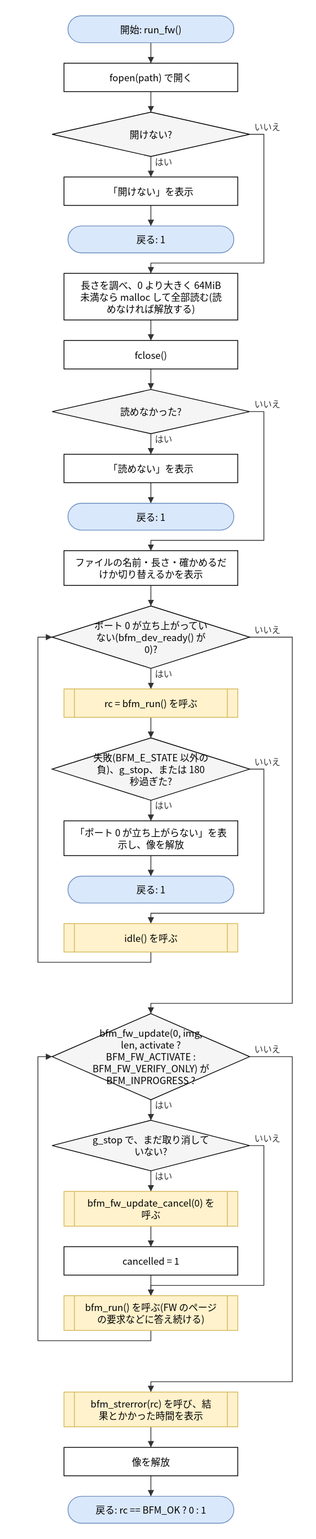
This is doc/spec/images/flow_test_bfm_test-run_fw.drawio.svg from hf355051012-ai/bfmem, a draw.io export, as it was before one commit. Source tidied: cells renumbered, new cells last; positions are measured from the earlier drawing's top-left corner, leaving out a move shared by most shapes.
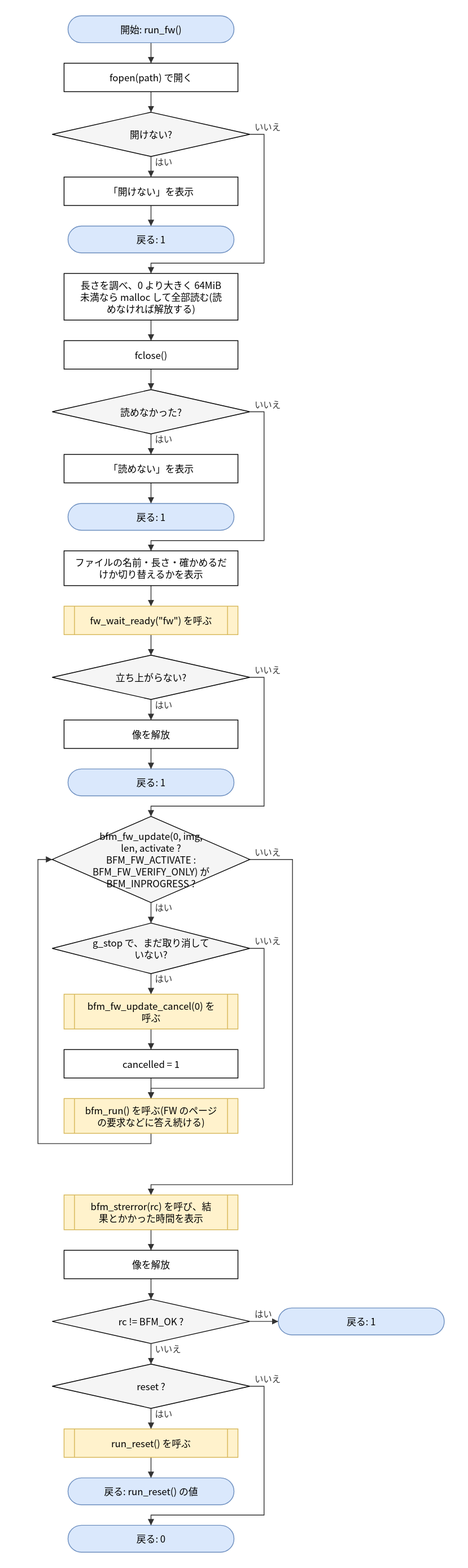
After the commit.

The edit, as a diff of the source:
```diff
@@ -35,48 +35,57 @@
     <mxCell id="12" value="ファイルの名前・長さ・確かめるだ&lt;br&gt;けか切り替えるかを表示" style="rounded=0;whiteSpace=wrap;html=1;" parent="1" vertex="1">
       <mxGeometry x="33" y="677" width="220" height="44" as="geometry" />
     </mxCell>
-    <mxCell id="13" value="ポート 0 が立ち上がってい&lt;br&gt;ない(bfm_dev_ready() が&lt;br&gt;0)?" style="rhombus;whiteSpace=wrap;html=1;fillColor=#f5f5f5;" parent="1" vertex="1">
-      <mxGeometry x="18" y="747" width="250" height="79" as="geometry" />
+    <mxCell id="13" value="fw_wait_ready(&amp;quot;fw&amp;quot;) を呼ぶ" style="shape=process;whiteSpace=wrap;html=1;backgroundOutline=1;size=0.06;fillColor=#fff2cc;strokeColor=#d6b656;" parent="1" vertex="1">
+      <mxGeometry x="33" y="747" width="220" height="36" as="geometry" />
     </mxCell>
-    <mxCell id="14" value="rc = bfm_run() を呼ぶ" style="shape=process;whiteSpace=wrap;html=1;backgroundOutline=1;size=0.06;fillColor=#fff2cc;strokeColor=#d6b656;" parent="1" vertex="1">
-      <mxGeometry x="33" y="852" width="220" height="36" as="geometry" />
+    <mxCell id="14" value="立ち上がらない?" style="rhombus;whiteSpace=wrap;html=1;fillColor=#f5f5f5;" parent="1" vertex="1">
+      <mxGeometry x="18" y="809" width="250" height="56" as="geometry" />
     </mxCell>
-    <mxCell id="15" value="失敗(BFM_E_STATE 以外の&lt;br&gt;負)、g_stop、または 180&lt;br&gt;秒過ぎた?" style="rhombus;whiteSpace=wrap;html=1;fillColor=#f5f5f5;" parent="1" vertex="1">
-      <mxGeometry x="18" y="914" width="250" height="79" as="geometry" />
+    <mxCell id="15" value="像を解放" style="rounded=0;whiteSpace=wrap;html=1;" parent="1" vertex="1">
+      <mxGeometry x="33" y="891" width="220" height="36" as="geometry" />
     </mxCell>
-    <mxCell id="16" value="「ポート 0 が立ち上がらない」を表&lt;br&gt;示し、像を解放" style="rounded=0;whiteSpace=wrap;html=1;" parent="1" vertex="1">
-      <mxGeometry x="33" y="1019" width="220" height="44" as="geometry" />
+    <mxCell id="16" value="戻る: 1" style="rounded=1;arcSize=50;whiteSpace=wrap;html=1;fillColor=#dae8fc;strokeColor=#6c8ebf;" parent="1" vertex="1">
+      <mxGeometry x="38" y="953" width="210" height="34" as="geometry" />
     </mxCell>
-    <mxCell id="17" value="戻る: 1" style="rounded=1;arcSize=50;whiteSpace=wrap;html=1;fillColor=#dae8fc;strokeColor=#6c8ebf;" parent="1" vertex="1">
-      <mxGeometry x="38" y="1089" width="210" height="34" as="geometry" />
+    <mxCell id="17" value="bfm_fw_update(0, img,&lt;br&gt;len, activate ?&lt;br&gt;BFM_FW_ACTIVATE :&lt;br&gt;BFM_FW_VERIFY_ONLY) が&lt;br&gt;BFM_INPROGRESS ?" style="rhombus;whiteSpace=wrap;html=1;fillColor=#f5f5f5;" parent="1" vertex="1">
+      <mxGeometry x="18" y="1013" width="250" height="109" as="geometry" />
     </mxCell>
-    <mxCell id="18" value="idle() を呼ぶ" style="shape=process;whiteSpace=wrap;html=1;backgroundOutline=1;size=0.06;fillColor=#fff2cc;strokeColor=#d6b656;" parent="1" vertex="1">
-      <mxGeometry x="33" y="1149" width="220" height="36" as="geometry" />
+    <mxCell id="18" value="g_stop で、まだ取り消して&lt;br&gt;いない?" style="rhombus;whiteSpace=wrap;html=1;fillColor=#f5f5f5;" parent="1" vertex="1">
+      <mxGeometry x="18" y="1148" width="250" height="64" as="geometry" />
     </mxCell>
-    <mxCell id="19" value="bfm_fw_update(0, img,&lt;br&gt;len, activate ?&lt;br&gt;BFM_FW_ACTIVATE :&lt;br&gt;BFM_FW_VERIFY_ONLY) が&lt;br&gt;BFM_INPROGRESS ?" style="rhombus;whiteSpace=wrap;html=1;fillColor=#f5f5f5;" parent="1" vertex="1">
-      <mxGeometry x="18" y="1263" width="250" height="109" as="geometry" />
+    <mxCell id="19" value="bfm_fw_update_cancel(0) を&lt;br&gt;呼ぶ" style="shape=process;whiteSpace=wrap;html=1;backgroundOutline=1;size=0.06;fillColor=#fff2cc;strokeColor=#d6b656;" parent="1" vertex="1">
+      <mxGeometry x="33" y="1238" width="220" height="44" as="geometry" />
     </mxCell>
-    <mxCell id="20" value="g_stop で、まだ取り消して&lt;br&gt;いない?" style="rhombus;whiteSpace=wrap;html=1;fillColor=#f5f5f5;" parent="1" vertex="1">
-      <mxGeometry x="18" y="1398" width="250" height="64" as="geometry" />
+    <mxCell id="20" value="cancelled = 1" style="rounded=0;whiteSpace=wrap;html=1;" parent="1" vertex="1">
+      <mxGeometry x="33" y="1308" width="220" height="36" as="geometry" />
     </mxCell>
-    <mxCell id="21" value="bfm_fw_update_cancel(0) を&lt;br&gt;呼ぶ" style="shape=process;whiteSpace=wrap;html=1;backgroundOutline=1;size=0.06;fillColor=#fff2cc;strokeColor=#d6b656;" parent="1" vertex="1">
-      <mxGeometry x="33" y="1488" width="220" height="44" as="geometry" />
+    <mxCell id="21" value="bfm_run() を呼ぶ(FW のページ&lt;br&gt;の要求などに答え続ける)" style="shape=process;whiteSpace=wrap;html=1;backgroundOutline=1;size=0.06;fillColor=#fff2cc;strokeColor=#d6b656;" parent="1" vertex="1">
+      <mxGeometry x="33" y="1370" width="220" height="44" as="geometry" />
     </mxCell>
-    <mxCell id="22" value="cancelled = 1" style="rounded=0;whiteSpace=wrap;html=1;" parent="1" vertex="1">
-      <mxGeometry x="33" y="1558" width="220" height="36" as="geometry" />
+    <mxCell id="22" value="bfm_strerror(rc) を呼び、結&lt;br&gt;果とかかった時間を表示" style="shape=process;whiteSpace=wrap;html=1;backgroundOutline=1;size=0.06;fillColor=#fff2cc;strokeColor=#d6b656;" parent="1" vertex="1">
+      <mxGeometry x="33" y="1492" width="220" height="44" as="geometry" />
     </mxCell>
-    <mxCell id="23" value="bfm_run() を呼ぶ(FW のページ&lt;br&gt;の要求などに答え続ける)" style="shape=process;whiteSpace=wrap;html=1;backgroundOutline=1;size=0.06;fillColor=#fff2cc;strokeColor=#d6b656;" parent="1" vertex="1">
-      <mxGeometry x="33" y="1620" width="220" height="44" as="geometry" />
+    <mxCell id="23" value="像を解放" style="rounded=0;whiteSpace=wrap;html=1;" parent="1" vertex="1">
+      <mxGeometry x="33" y="1562" width="220" height="36" as="geometry" />
     </mxCell>
-    <mxCell id="24" value="bfm_strerror(rc) を呼び、結&lt;br&gt;果とかかった時間を表示" style="shape=process;whiteSpace=wrap;html=1;backgroundOutline=1;size=0.06;fillColor=#fff2cc;strokeColor=#d6b656;" parent="1" vertex="1">
-      <mxGeometry x="33" y="1742" width="220" height="44" as="geometry" />
+    <mxCell id="24" value="rc != BFM_OK ?" style="rhombus;whiteSpace=wrap;html=1;fillColor=#f5f5f5;" parent="1" vertex="1">
+      <mxGeometry x="18" y="1624" width="250" height="56" as="geometry" />
     </mxCell>
-    <mxCell id="25" value="像を解放" style="rounded=0;whiteSpace=wrap;html=1;" parent="1" vertex="1">
-      <mxGeometry x="33" y="1812" width="220" height="36" as="geometry" />
+    <mxCell id="25" value="戻る: 1" style="rounded=1;arcSize=50;whiteSpace=wrap;html=1;fillColor=#dae8fc;strokeColor=#6c8ebf;" parent="1" vertex="1">
+      <mxGeometry x="304" y="1635" width="210" height="34" as="geometry" />
     </mxCell>
-    <mxCell id="26" value="戻る: rc == BFM_OK ? 0 : 1" style="rounded=1;arcSize=50;whiteSpace=wrap;html=1;fillColor=#dae8fc;strokeColor=#6c8ebf;" parent="1" vertex="1">
-      <mxGeometry x="38" y="1874" width="210" height="34" as="geometry" />
+    <mxCell id="26" value="reset ?" style="rhombus;whiteSpace=wrap;html=1;fillColor=#f5f5f5;" parent="1" vertex="1">
+      <mxGeometry x="18" y="1706" width="250" height="56" as="geometry" />
     </mxCell>
+    <mxCell id="54" value="run_reset() を呼ぶ" style="shape=process;whiteSpace=wrap;html=1;backgroundOutline=1;size=0.06;fillColor=#fff2cc;strokeColor=#d6b656;" parent="1" vertex="1">
+      <mxGeometry x="33" y="1788" width="220" height="36" as="geometry" />
+    </mxCell>
+    <mxCell id="55" value="戻る: run_reset() の値" style="rounded=1;arcSize=50;whiteSpace=wrap;html=1;fillColor=#dae8fc;strokeColor=#6c8ebf;" parent="1" vertex="1">
+      <mxGeometry x="38" y="1850" width="210" height="34" as="geometry" />
+    </mxCell>
+    <mxCell id="56" value="戻る: 0" style="rounded=1;arcSize=50;whiteSpace=wrap;html=1;fillColor=#dae8fc;strokeColor=#6c8ebf;" parent="1" vertex="1">
+      <mxGeometry x="38" y="1910" width="210" height="34" as="geometry" />
+    </mxCell>
     <mxCell id="27" style="edgeStyle=none;html=1;rounded=0;endArrow=block;endFill=1;exitX=0.5000;exitY=1.0000;exitDx=0;exitDy=0;exitPerimeter=0;entryX=0.5000;entryY=0.0000;entryDx=0;entryDy=0;entryPerimeter=0;" parent="1" edge="1" source="2" target="3">
       <mxGeometry relative="1" as="geometry" />
     </mxCell>
@@ -122,89 +131,89 @@
     <mxCell id="37" style="edgeStyle=none;html=1;rounded=0;endArrow=block;endFill=1;exitX=0.5000;exitY=1.0000;exitDx=0;exitDy=0;exitPerimeter=0;entryX=0.5000;entryY=0.0000;entryDx=0;entryDy=0;entryPerimeter=0;" parent="1" edge="1" source="12" target="13">
       <mxGeometry relative="1" as="geometry" />
     </mxCell>
-    <mxCell id="38" value="はい" style="edgeStyle=none;html=1;rounded=0;endArrow=block;endFill=1;exitX=0.5000;exitY=1.0000;exitDx=0;exitDy=0;exitPerimeter=0;entryX=0.5000;entryY=0.0000;entryDx=0;entryDy=0;entryPerimeter=0;" parent="1" edge="1" source="13" target="14">
+    <mxCell id="38" style="edgeStyle=none;html=1;rounded=0;endArrow=block;endFill=1;exitX=0.5000;exitY=1.0000;exitDx=0;exitDy=0;exitPerimeter=0;entryX=0.5000;entryY=0.0000;entryDx=0;entryDy=0;entryPerimeter=0;" parent="1" edge="1" source="13" target="14">
       <mxGeometry relative="1" as="geometry" />
     </mxCell>
-    <mxCell id="39" style="edgeStyle=none;html=1;rounded=0;endArrow=block;endFill=1;exitX=0.5000;exitY=1.0000;exitDx=0;exitDy=0;exitPerimeter=0;entryX=0.5000;entryY=0.0000;entryDx=0;entryDy=0;entryPerimeter=0;" parent="1" edge="1" source="14" target="15">
+    <mxCell id="39" value="はい" style="edgeStyle=none;html=1;rounded=0;endArrow=block;endFill=1;exitX=0.5000;exitY=1.0000;exitDx=0;exitDy=0;exitPerimeter=0;entryX=0.5000;entryY=0.0000;entryDx=0;entryDy=0;entryPerimeter=0;" parent="1" edge="1" source="14" target="15">
       <mxGeometry relative="1" as="geometry" />
     </mxCell>
-    <mxCell id="40" value="はい" style="edgeStyle=none;html=1;rounded=0;endArrow=block;endFill=1;exitX=0.5000;exitY=1.0000;exitDx=0;exitDy=0;exitPerimeter=0;entryX=0.5000;entryY=0.0000;entryDx=0;entryDy=0;entryPerimeter=0;" parent="1" edge="1" source="15" target="16">
+    <mxCell id="40" style="edgeStyle=none;html=1;rounded=0;endArrow=block;endFill=1;exitX=0.5000;exitY=1.0000;exitDx=0;exitDy=0;exitPerimeter=0;entryX=0.5000;entryY=0.0000;entryDx=0;entryDy=0;entryPerimeter=0;" parent="1" edge="1" source="15" target="16">
       <mxGeometry relative="1" as="geometry" />
     </mxCell>
-    <mxCell id="41" style="edgeStyle=none;html=1;rounded=0;endArrow=block;endFill=1;exitX=0.5000;exitY=1.0000;exitDx=0;exitDy=0;exitPerimeter=0;entryX=0.5000;entryY=0.0000;entryDx=0;entryDy=0;entryPerimeter=0;" parent="1" edge="1" source="16" target="17">
-      <mxGeometry relative="1" as="geometry" />
+    <mxCell id="41" value="いいえ" style="edgeStyle=none;html=1;rounded=0;endArrow=block;endFill=1;exitX=1.0000;exitY=0.5000;exitDx=0;exitDy=0;exitPerimeter=0;entryX=0.5000;entryY=0.0000;entryDx=0;entryDy=0;entryPerimeter=0;" parent="1" edge="1" source="14" target="17">
+      <mxGeometry relative="1" as="geometry">
+        <Array as="points">
+          <mxPoint x="286" y="837" />
+          <mxPoint x="286" y="1000" />
+          <mxPoint x="143" y="1000" />
+        </Array>
+      </mxGeometry>
     </mxCell>
-    <mxCell id="42" value="いいえ" style="edgeStyle=none;html=1;rounded=0;endArrow=block;endFill=1;exitX=1.0000;exitY=0.5000;exitDx=0;exitDy=0;exitPerimeter=0;entryX=0.5000;entryY=0.0000;entryDx=0;entryDy=0;entryPerimeter=0;" parent="1" edge="1" source="15" target="18">
-      <mxGeometry relative="1" as="geometry">
-        <Array as="points">
-          <mxPoint x="286" y="953.5" />
-          <mxPoint x="286" y="1136" />
-          <mxPoint x="143" y="1136" />
-        </Array>
-      </mxGeometry>
+    <mxCell id="42" value="はい" style="edgeStyle=none;html=1;rounded=0;endArrow=block;endFill=1;exitX=0.5000;exitY=1.0000;exitDx=0;exitDy=0;exitPerimeter=0;entryX=0.5000;entryY=0.0000;entryDx=0;entryDy=0;entryPerimeter=0;" parent="1" edge="1" source="17" target="18">
+      <mxGeometry relative="1" as="geometry" />
     </mxCell>
-    <mxCell id="43" style="edgeStyle=none;html=1;rounded=0;endArrow=block;endFill=1;exitX=0.5000;exitY=1.0000;exitDx=0;exitDy=0;exitPerimeter=0;entryX=0.0000;entryY=0.5000;entryDx=0;entryDy=0;entryPerimeter=0;" parent="1" edge="1" source="18" target="13">
-      <mxGeometry relative="1" as="geometry">
-        <Array as="points">
-          <mxPoint x="143" y="1198" />
-          <mxPoint y="1198" />
-          <mxPoint y="786.5" />
-        </Array>
-      </mxGeometry>
+    <mxCell id="43" value="はい" style="edgeStyle=none;html=1;rounded=0;endArrow=block;endFill=1;exitX=0.5000;exitY=1.0000;exitDx=0;exitDy=0;exitPerimeter=0;entryX=0.5000;entryY=0.0000;entryDx=0;entryDy=0;entryPerimeter=0;" parent="1" edge="1" source="18" target="19">
+      <mxGeometry relative="1" as="geometry" />
     </mxCell>
-    <mxCell id="44" value="いいえ" style="edgeStyle=none;html=1;rounded=0;endArrow=block;endFill=1;exitX=1.0000;exitY=0.5000;exitDx=0;exitDy=0;exitPerimeter=0;entryX=0.5000;entryY=0.0000;entryDx=0;entryDy=0;entryPerimeter=0;" parent="1" edge="1" source="13" target="19">
-      <mxGeometry relative="1" as="geometry">
-        <Array as="points">
-          <mxPoint x="322" y="786.5" />
-          <mxPoint x="322" y="1250" />
-          <mxPoint x="143" y="1250" />
-        </Array>
-      </mxGeometry>
+    <mxCell id="44" style="edgeStyle=none;html=1;rounded=0;endArrow=block;endFill=1;exitX=0.5000;exitY=1.0000;exitDx=0;exitDy=0;exitPerimeter=0;entryX=0.5000;entryY=0.0000;entryDx=0;entryDy=0;entryPerimeter=0;" parent="1" edge="1" source="19" target="20">
+      <mxGeometry relative="1" as="geometry" />
     </mxCell>
-    <mxCell id="45" value="はい" style="edgeStyle=none;html=1;rounded=0;endArrow=block;endFill=1;exitX=0.5000;exitY=1.0000;exitDx=0;exitDy=0;exitPerimeter=0;entryX=0.5000;entryY=0.0000;entryDx=0;entryDy=0;entryPerimeter=0;" parent="1" edge="1" source="19" target="20">
+    <mxCell id="45" style="edgeStyle=none;html=1;rounded=0;endArrow=block;endFill=1;exitX=0.5000;exitY=1.0000;exitDx=0;exitDy=0;exitPerimeter=0;entryX=0.5000;entryY=0.0000;entryDx=0;entryDy=0;entryPerimeter=0;" parent="1" edge="1" source="20" target="21">
       <mxGeometry relative="1" as="geometry" />
     </mxCell>
-    <mxCell id="46" value="はい" style="edgeStyle=none;html=1;rounded=0;endArrow=block;endFill=1;exitX=0.5000;exitY=1.0000;exitDx=0;exitDy=0;exitPerimeter=0;entryX=0.5000;entryY=0.0000;entryDx=0;entryDy=0;entryPerimeter=0;" parent="1" edge="1" source="20" target="21">
-      <mxGeometry relative="1" as="geometry" />
+    <mxCell id="46" value="いいえ" style="edgeStyle=none;html=1;rounded=0;endArrow=block;endFill=1;exitX=1.0000;exitY=0.5000;exitDx=0;exitDy=0;exitPerimeter=0;entryX=0.5000;entryY=0.0000;entryDx=0;entryDy=0;entryPerimeter=0;" parent="1" edge="1" source="18" target="21">
+      <mxGeometry relative="1" as="geometry">
+        <Array as="points">
+          <mxPoint x="286" y="1180" />
+          <mxPoint x="286" y="1357" />
+          <mxPoint x="143" y="1357" />
+        </Array>
+      </mxGeometry>
     </mxCell>
-    <mxCell id="47" style="edgeStyle=none;html=1;rounded=0;endArrow=block;endFill=1;exitX=0.5000;exitY=1.0000;exitDx=0;exitDy=0;exitPerimeter=0;entryX=0.5000;entryY=0.0000;entryDx=0;entryDy=0;entryPerimeter=0;" parent="1" edge="1" source="21" target="22">
-      <mxGeometry relative="1" as="geometry" />
+    <mxCell id="47" style="edgeStyle=none;html=1;rounded=0;endArrow=block;endFill=1;exitX=0.5000;exitY=1.0000;exitDx=0;exitDy=0;exitPerimeter=0;entryX=0.0000;entryY=0.5000;entryDx=0;entryDy=0;entryPerimeter=0;" parent="1" edge="1" source="21" target="17">
+      <mxGeometry relative="1" as="geometry">
+        <Array as="points">
+          <mxPoint x="143" y="1427" />
+          <mxPoint y="1427" />
+          <mxPoint y="1067.5" />
+        </Array>
+      </mxGeometry>
     </mxCell>
-    <mxCell id="48" style="edgeStyle=none;html=1;rounded=0;endArrow=block;endFill=1;exitX=0.5000;exitY=1.0000;exitDx=0;exitDy=0;exitPerimeter=0;entryX=0.5000;entryY=0.0000;entryDx=0;entryDy=0;entryPerimeter=0;" parent="1" edge="1" source="22" target="23">
-      <mxGeometry relative="1" as="geometry" />
+    <mxCell id="48" value="いいえ" style="edgeStyle=none;html=1;rounded=0;endArrow=block;endFill=1;exitX=1.0000;exitY=0.5000;exitDx=0;exitDy=0;exitPerimeter=0;entryX=0.5000;entryY=0.0000;entryDx=0;entryDy=0;entryPerimeter=0;" parent="1" edge="1" source="17" target="22">
+      <mxGeometry relative="1" as="geometry">
+        <Array as="points">
+          <mxPoint x="322" y="1067.5" />
+          <mxPoint x="322" y="1479" />
+          <mxPoint x="143" y="1479" />
+        </Array>
+      </mxGeometry>
     </mxCell>
-    <mxCell id="49" value="いいえ" style="edgeStyle=none;html=1;rounded=0;endArrow=block;endFill=1;exitX=1.0000;exitY=0.5000;exitDx=0;exitDy=0;exitPerimeter=0;entryX=0.5000;entryY=0.0000;entryDx=0;entryDy=0;entryPerimeter=0;" parent="1" edge="1" source="20" target="23">
-      <mxGeometry relative="1" as="geometry">
-        <Array as="points">
-          <mxPoint x="286" y="1430" />
-          <mxPoint x="286" y="1607" />
-          <mxPoint x="143" y="1607" />
-        </Array>
-      </mxGeometry>
+    <mxCell id="49" style="edgeStyle=none;html=1;rounded=0;endArrow=block;endFill=1;exitX=0.5000;exitY=1.0000;exitDx=0;exitDy=0;exitPerimeter=0;entryX=0.5000;entryY=0.0000;entryDx=0;entryDy=0;entryPerimeter=0;" parent="1" edge="1" source="22" target="23">
+      <mxGeometry relative="1" as="geometry" />
     </mxCell>
-    <mxCell id="50" style="edgeStyle=none;html=1;rounded=0;endArrow=block;endFill=1;exitX=0.5000;exitY=1.0000;exitDx=0;exitDy=0;exitPerimeter=0;entryX=0.0000;entryY=0.5000;entryDx=0;entryDy=0;entryPerimeter=0;" parent="1" edge="1" source="23" target="19">
-      <mxGeometry relative="1" as="geometry">
-        <Array as="points">
-          <mxPoint x="143" y="1677" />
-          <mxPoint y="1677" />
-          <mxPoint y="1317.5" />
-        </Array>
-      </mxGeometry>
+    <mxCell id="50" style="edgeStyle=none;html=1;rounded=0;endArrow=block;endFill=1;exitX=0.5000;exitY=1.0000;exitDx=0;exitDy=0;exitPerimeter=0;entryX=0.5000;entryY=0.0000;entryDx=0;entryDy=0;entryPerimeter=0;" parent="1" edge="1" source="23" target="24">
+      <mxGeometry relative="1" as="geometry" />
     </mxCell>
-    <mxCell id="51" value="いいえ" style="edgeStyle=none;html=1;rounded=0;endArrow=block;endFill=1;exitX=1.0000;exitY=0.5000;exitDx=0;exitDy=0;exitPerimeter=0;entryX=0.5000;entryY=0.0000;entryDx=0;entryDy=0;entryPerimeter=0;" parent="1" edge="1" source="19" target="24">
-      <mxGeometry relative="1" as="geometry">
-        <Array as="points">
-          <mxPoint x="322" y="1317.5" />
-          <mxPoint x="322" y="1729" />
-          <mxPoint x="143" y="1729" />
-        </Array>
-      </mxGeometry>
+    <mxCell id="51" value="はい" style="edgeStyle=none;html=1;rounded=0;endArrow=block;endFill=1;exitX=1.0000;exitY=0.5000;exitDx=0;exitDy=0;exitPerimeter=0;entryX=0.0000;entryY=0.5000;entryDx=0;entryDy=0;entryPerimeter=0;" parent="1" edge="1" source="24" target="25">
+      <mxGeometry relative="1" as="geometry" />
     </mxCell>
-    <mxCell id="52" style="edgeStyle=none;html=1;rounded=0;endArrow=block;endFill=1;exitX=0.5000;exitY=1.0000;exitDx=0;exitDy=0;exitPerimeter=0;entryX=0.5000;entryY=0.0000;entryDx=0;entryDy=0;entryPerimeter=0;" parent="1" edge="1" source="24" target="25">
+    <mxCell id="52" value="いいえ" style="edgeStyle=none;html=1;rounded=0;endArrow=block;endFill=1;exitX=0.5000;exitY=1.0000;exitDx=0;exitDy=0;exitPerimeter=0;entryX=0.5000;entryY=0.0000;entryDx=0;entryDy=0;entryPerimeter=0;" parent="1" edge="1" source="24" target="26">
       <mxGeometry relative="1" as="geometry" />
     </mxCell>
-    <mxCell id="53" style="edgeStyle=none;html=1;rounded=0;endArrow=block;endFill=1;exitX=0.5000;exitY=1.0000;exitDx=0;exitDy=0;exitPerimeter=0;entryX=0.5000;entryY=0.0000;entryDx=0;entryDy=0;entryPerimeter=0;" parent="1" edge="1" source="25" target="26">
+    <mxCell id="53" value="はい" style="edgeStyle=none;html=1;rounded=0;endArrow=block;endFill=1;exitX=0.5000;exitY=1.0000;exitDx=0;exitDy=0;exitPerimeter=0;entryX=0.5000;entryY=0.0000;entryDx=0;entryDy=0;entryPerimeter=0;" parent="1" edge="1" source="26" target="54">
       <mxGeometry relative="1" as="geometry" />
     </mxCell>
+    <mxCell id="57" style="edgeStyle=none;html=1;rounded=0;endArrow=block;endFill=1;exitX=0.5000;exitY=1.0000;exitDx=0;exitDy=0;exitPerimeter=0;entryX=0.5000;entryY=0.0000;entryDx=0;entryDy=0;entryPerimeter=0;" parent="1" edge="1" source="54" target="55">
+      <mxGeometry relative="1" as="geometry" />
+    </mxCell>
+    <mxCell id="58" value="いいえ" style="edgeStyle=none;html=1;rounded=0;endArrow=block;endFill=1;exitX=1.0000;exitY=0.5000;exitDx=0;exitDy=0;exitPerimeter=0;entryX=0.5000;entryY=0.0000;entryDx=0;entryDy=0;entryPerimeter=0;" parent="1" edge="1" source="26" target="56">
+      <mxGeometry relative="1" as="geometry">
+        <Array as="points">
+          <mxPoint x="286" y="1734" />
+          <mxPoint x="286" y="1897" />
+          <mxPoint x="143" y="1897" />
+        </Array>
+      </mxGeometry>
+    </mxCell>
   </root>
 </mxGraphModel>
```
